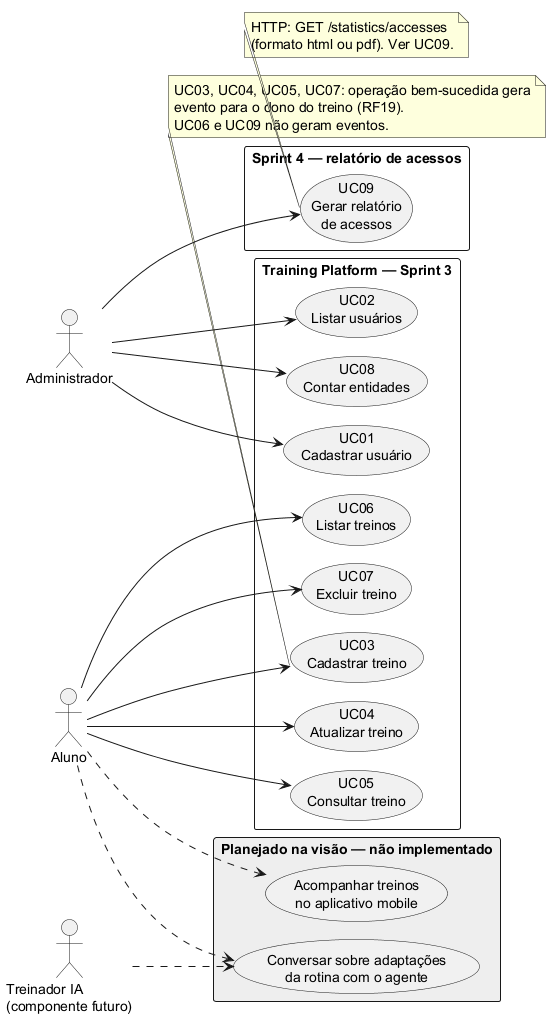
Above: docs/diagramas/diagrama-casos-de-uso.png in Miguelqfs/training-platform (PlantUML), before the change.
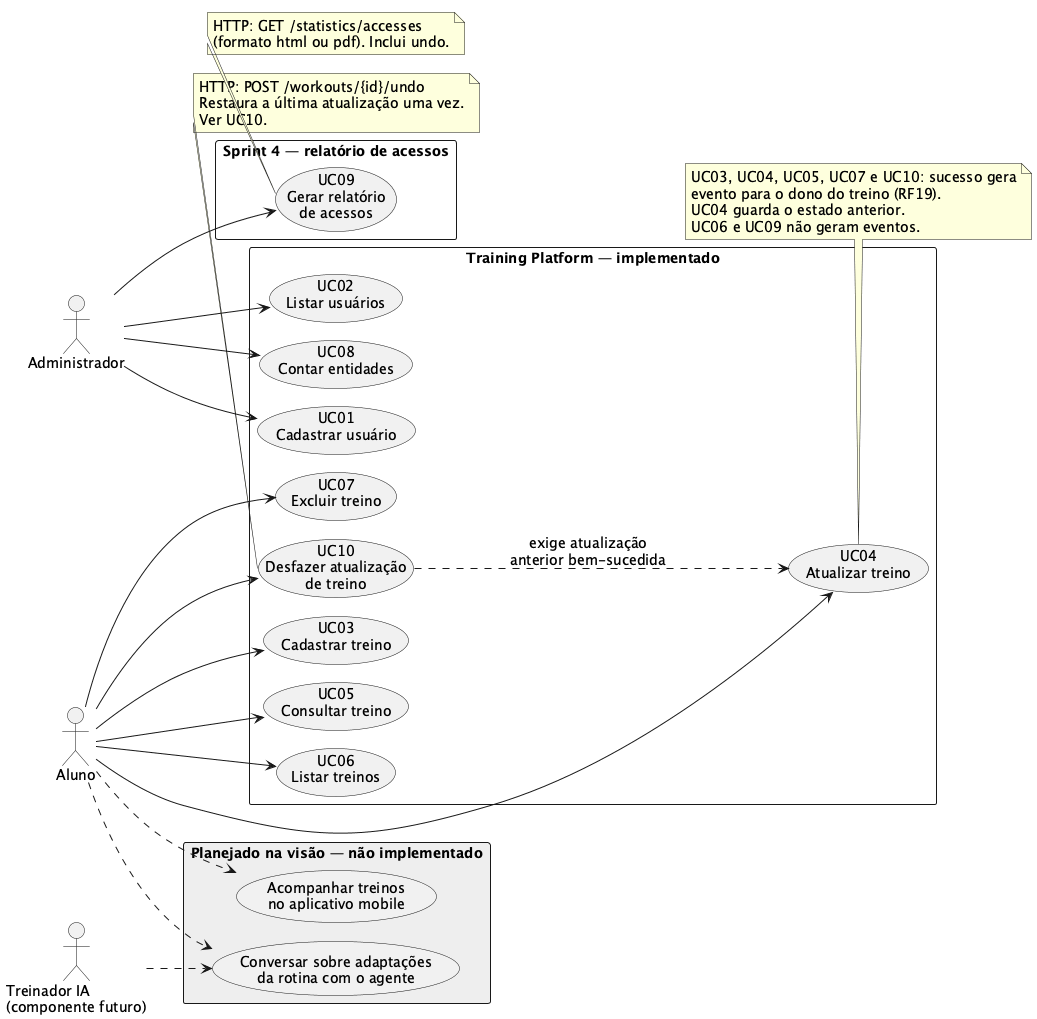
The same diagram one commit later.

What changed in the source:
```diff
@@ -7,7 +7,7 @@
 actor Administrador
 actor "Treinador IA\n(componente futuro)" as IA
 
-rectangle "Training Platform — Sprint 3" {
+rectangle "Training Platform — implementado" {
   usecase "UC01\nCadastrar usuário" as UC01
   usecase "UC02\nListar usuários" as UC02
   usecase "UC03\nCadastrar treino" as UC03
@@ -16,6 +16,7 @@
   usecase "UC06\nListar treinos" as UC06
   usecase "UC07\nExcluir treino" as UC07
   usecase "UC08\nContar entidades" as UC08
+  usecase "UC10\nDesfazer atualização\nde treino" as UC10
 }
 rectangle "Sprint 4 — relatório de acessos" #F8F8F8 {
   usecase "UC09\nGerar relatório\nde acessos" as UC09
@@ -33,16 +34,24 @@
 Aluno --> UC05
 Aluno --> UC06
 Aluno --> UC07
+Aluno --> UC10
 Aluno ..> FutureApp
 Aluno ..> FutureIA
 IA ..> FutureIA
-note bottom of UC03
-  UC03, UC04, UC05, UC07: operação bem-sucedida gera
+UC10 ..> UC04 : exige atualização\nanterior bem-sucedida
+note bottom of UC04
+  UC03, UC04, UC05, UC07 e UC10: sucesso gera
   evento para o dono do treino (RF19).
+  UC04 guarda o estado anterior.
   UC06 e UC09 não geram eventos.
+end note
+note bottom of UC10
+  HTTP: POST /workouts/{id}/undo
+  Restaura a última atualização uma vez.
+  Ver UC10.
 end note
 note bottom of UC09
   HTTP: GET /statistics/accesses
-  (formato html ou pdf). Ver UC09.
+  (formato html ou pdf). Inclui undo.
 end note
 @enduml
```
